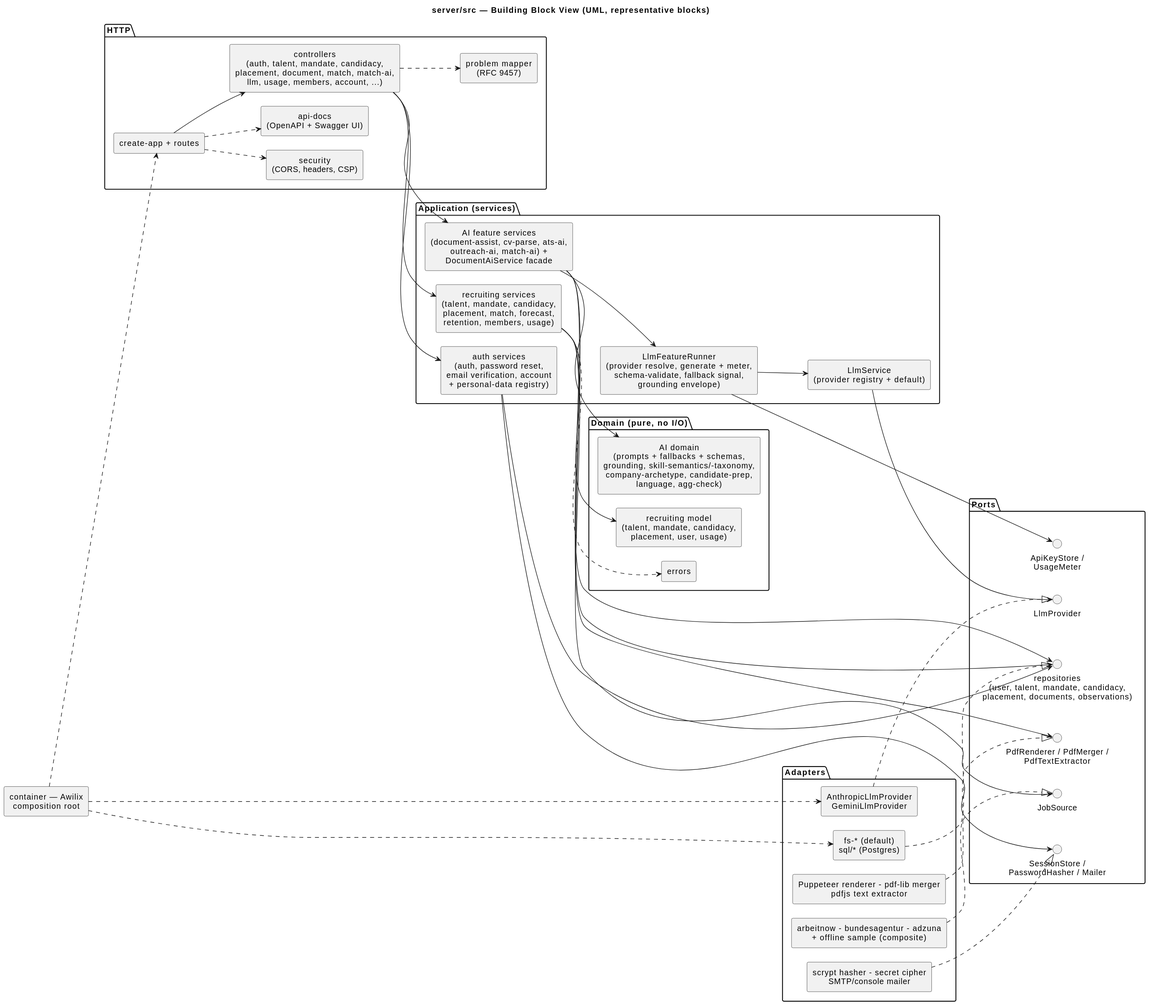
Above: docs/umls/05_building_blocks.svg in NexusHero/Resume (PlantUML), before the change. Its source is kept beside it as docs/umls/05_building_blocks.puml.
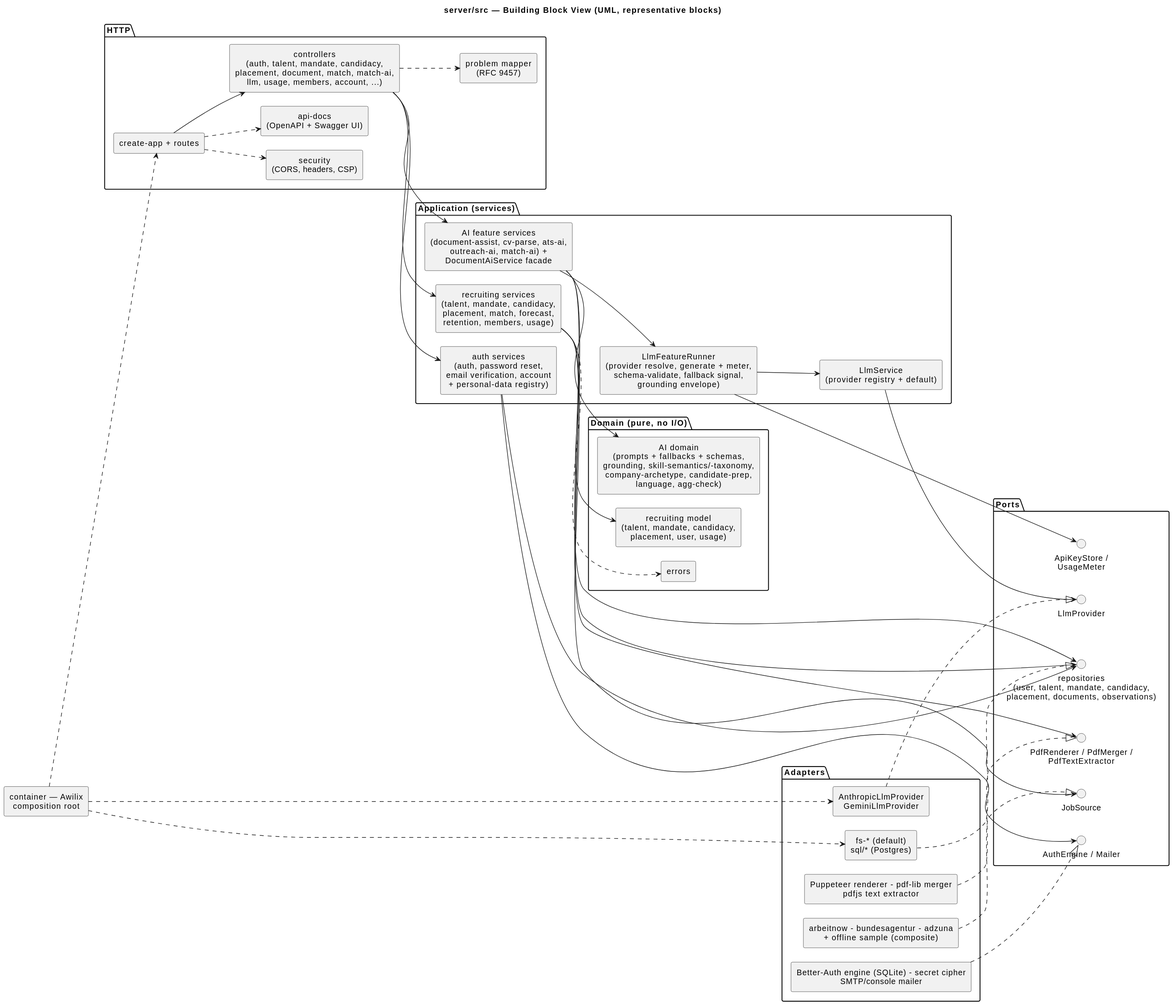
The same file after the commit.

The edit, as a diff of the source:
```diff
@@ -34,7 +34,7 @@
   interface "repositories\n(user, talent, mandate, candidacy,\nplacement, documents, observations)" as Repos
   interface LlmProvider
   interface "ApiKeyStore /\nUsageMeter" as Keys
-  interface "SessionStore /\nPasswordHasher / Mailer" as AuthPorts
+  interface "AuthEngine / Mailer" as AuthPorts
   interface "PdfRenderer / PdfMerger /\nPdfTextExtractor" as PdfPorts
   interface JobSource
 }
@@ -42,7 +42,7 @@
 package "Adapters" {
   [fs-* (default)\nsql/* (Postgres)] as StoreAdapters
   [AnthropicLlmProvider\nGeminiLlmProvider] as LlmAdapters
-  [scrypt hasher - secret cipher\nSMTP/console mailer] as AuthAdapters
+  [Better-Auth engine (SQLite) - secret cipher\nSMTP/console mailer] as AuthAdapters
   [Puppeteer renderer - pdf-lib merger\npdfjs text extractor] as PdfAdapters
   [arbeitnow - bundesagentur - adzuna\n+ offline sample (composite)] as JobAdapters
 }
```
